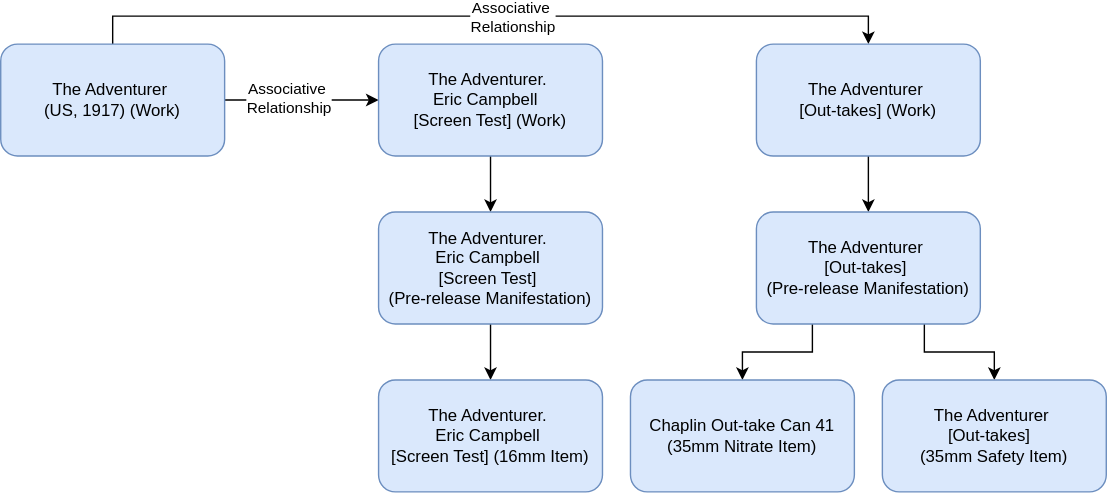
FIAF/fiaf-cataloguing-manual keeps this draw.io diagram as markdown/diagrams/title_type_01.drawio.svg. Above is the earlier version. Source tidied: cells renumbered, new cells last; positions are measured from the earlier drawing's top-left corner, leaving out a move shared by most shapes. Its diagram source:
```xml
<mxGraphModel>
  <root>
    <mxCell id="0" />
    <mxCell id="1" parent="0" />
    <mxCell id="2" style="edgeStyle=orthogonalEdgeStyle;rounded=0;jettySize=auto;html=1;exitX=1;exitY=0.5;exitDx=0;exitDy=0;entryX=0;entryY=0.5;entryDx=0;entryDy=0;" parent="1" edge="1" source="6" target="8">
      <mxGeometry relative="1" as="geometry" />
    </mxCell>
    <mxCell id="3" value="&lt;div&gt;Associative&amp;nbsp;&lt;/div&gt;&lt;div&gt;Relationship&lt;/div&gt;" style="edgeLabel;html=1;align=center;verticalAlign=middle;" parent="2" vertex="1">
      <mxGeometry x="-0.16" y="1" relative="1" as="geometry" />
    </mxCell>
    <mxCell id="4" style="edgeStyle=orthogonalEdgeStyle;rounded=0;jettySize=auto;html=1;exitX=0.5;exitY=0;exitDx=0;exitDy=0;entryX=0.5;entryY=0;entryDx=0;entryDy=0;" parent="1" edge="1" source="6" target="10">
      <mxGeometry relative="1" as="geometry" />
    </mxCell>
    <mxCell id="5" value="&lt;div&gt;Associative&amp;nbsp;&lt;/div&gt;&lt;div&gt;Relationship&lt;/div&gt;" style="edgeLabel;html=1;align=center;verticalAlign=middle;" parent="4" vertex="1">
      <mxGeometry x="0.06" y="-1" relative="1" as="geometry" />
    </mxCell>
    <mxCell id="6" value="&lt;div&gt;The Adventurer&amp;nbsp;&lt;/div&gt;&lt;div&gt;(US, 1917) (Work)&lt;/div&gt;" style="rounded=1;whiteSpace=wrap;html=1;fillColor=#dae8fc;strokeColor=#6c8ebf;" parent="1" vertex="1">
      <mxGeometry width="160" height="80" as="geometry" />
    </mxCell>
    <mxCell id="7" style="edgeStyle=orthogonalEdgeStyle;rounded=0;jettySize=auto;html=1;exitX=0.5;exitY=1;exitDx=0;exitDy=0;entryX=0.5;entryY=0;entryDx=0;entryDy=0;" parent="1" edge="1" source="8" target="15">
      <mxGeometry relative="1" as="geometry" />
    </mxCell>
    <mxCell id="8" value="&lt;div&gt;The Adventurer.&amp;nbsp;&lt;/div&gt;&lt;div&gt;Eric Campbell&amp;nbsp;&amp;nbsp;&lt;/div&gt;&lt;div&gt;[Screen Test] (Work)&lt;/div&gt;" style="rounded=1;whiteSpace=wrap;html=1;fillColor=#dae8fc;strokeColor=#6c8ebf;" parent="1" vertex="1">
      <mxGeometry x="270" width="160" height="80" as="geometry" />
    </mxCell>
    <mxCell id="9" style="edgeStyle=orthogonalEdgeStyle;rounded=0;jettySize=auto;html=1;exitX=0.5;exitY=1;exitDx=0;exitDy=0;entryX=0.5;entryY=0;entryDx=0;entryDy=0;" parent="1" edge="1" source="10" target="13">
      <mxGeometry relative="1" as="geometry" />
    </mxCell>
    <mxCell id="10" value="&lt;div&gt;The Adventurer&amp;nbsp;&lt;/div&gt;&lt;div&gt;[Out-takes] (Work)&lt;/div&gt;" style="rounded=1;whiteSpace=wrap;html=1;fillColor=#dae8fc;strokeColor=#6c8ebf;" parent="1" vertex="1">
      <mxGeometry x="540" width="160" height="80" as="geometry" />
    </mxCell>
    <mxCell id="11" style="edgeStyle=orthogonalEdgeStyle;rounded=0;jettySize=auto;html=1;exitX=0.25;exitY=1;exitDx=0;exitDy=0;entryX=0.5;entryY=0;entryDx=0;entryDy=0;" parent="1" edge="1" source="13" target="17">
      <mxGeometry relative="1" as="geometry" />
    </mxCell>
    <mxCell id="12" style="edgeStyle=orthogonalEdgeStyle;rounded=0;jettySize=auto;html=1;exitX=0.75;exitY=1;exitDx=0;exitDy=0;" parent="1" edge="1" source="13" target="18">
      <mxGeometry relative="1" as="geometry" />
    </mxCell>
    <mxCell id="13" value="&lt;div&gt;The Adventurer&amp;nbsp;&lt;/div&gt;&lt;div&gt;[Out-takes]&amp;nbsp;&lt;/div&gt;&lt;div&gt;(Pre-release Manifestation)&lt;/div&gt;" style="rounded=1;whiteSpace=wrap;html=1;fillColor=#dae8fc;strokeColor=#6c8ebf;" parent="1" vertex="1">
      <mxGeometry x="540" y="120" width="160" height="80" as="geometry" />
    </mxCell>
    <mxCell id="14" style="edgeStyle=orthogonalEdgeStyle;rounded=0;jettySize=auto;html=1;exitX=0.5;exitY=1;exitDx=0;exitDy=0;entryX=0.5;entryY=0;entryDx=0;entryDy=0;" parent="1" edge="1" source="15" target="16">
      <mxGeometry relative="1" as="geometry" />
    </mxCell>
    <mxCell id="15" value="&lt;div&gt;The Adventurer.&amp;nbsp;&lt;/div&gt;&lt;div&gt;Eric Campbell&amp;nbsp;&lt;/div&gt;&lt;div&gt;[Screen Test]&amp;nbsp;&lt;/div&gt;&lt;div&gt;(Pre-release Manifestation)&lt;/div&gt;" style="rounded=1;whiteSpace=wrap;html=1;fillColor=#dae8fc;strokeColor=#6c8ebf;" parent="1" vertex="1">
      <mxGeometry x="270" y="120" width="160" height="80" as="geometry" />
    </mxCell>
    <mxCell id="16" value="&lt;div&gt;The Adventurer.&amp;nbsp;&lt;/div&gt;&lt;div&gt;Eric Campbell&amp;nbsp;&lt;/div&gt;&lt;div&gt;[Screen Test] (16mm Item)&lt;/div&gt;" style="rounded=1;whiteSpace=wrap;html=1;fillColor=#dae8fc;strokeColor=#6c8ebf;" parent="1" vertex="1">
      <mxGeometry x="270" y="240" width="160" height="80" as="geometry" />
    </mxCell>
    <mxCell id="17" value="Chaplin Out-take Can 41 (35mm Nitrate Item)" style="rounded=1;whiteSpace=wrap;html=1;fillColor=#dae8fc;strokeColor=#6c8ebf;" parent="1" vertex="1">
      <mxGeometry x="450" y="240" width="160" height="80" as="geometry" />
    </mxCell>
    <mxCell id="18" value="&lt;div&gt;The Adventurer&amp;nbsp;&lt;/div&gt;&lt;div&gt;[Out-takes]&amp;nbsp;&amp;nbsp;&lt;/div&gt;&lt;div&gt;(35mm Safety Item)&lt;/div&gt;" style="rounded=1;whiteSpace=wrap;html=1;fillColor=#dae8fc;strokeColor=#6c8ebf;" parent="1" vertex="1">
      <mxGeometry x="630" y="240" width="160" height="80" as="geometry" />
    </mxCell>
  </root>
</mxGraphModel>
```
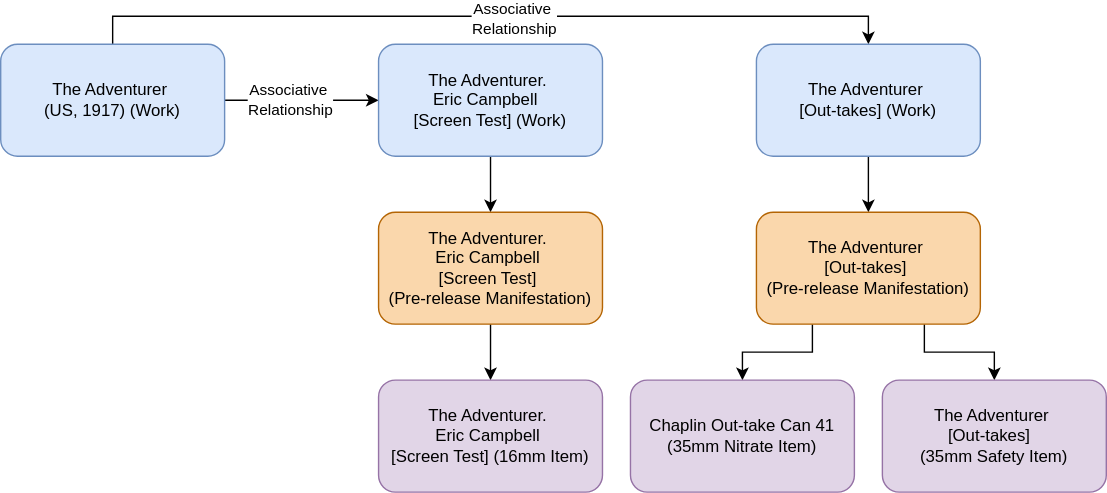
The same file after the commit.

Diff of the diagram source:
```diff
@@ -2,18 +2,48 @@
   <root>
     <mxCell id="0" />
     <mxCell id="1" parent="0" />
+    <mxCell id="19" style="edgeStyle=orthogonalEdgeStyle;rounded=0;orthogonalLoop=1;jettySize=auto;html=1;exitX=0.5;exitY=1;exitDx=0;exitDy=0;entryX=0.5;entryY=0;entryDx=0;entryDy=0;fontSize=12;startSize=8;endSize=8;" parent="1" edge="1">
+      <mxGeometry relative="1" as="geometry">
+        <mxPoint x="530" y="340" as="targetPoint" />
+      </mxGeometry>
+    </mxCell>
+    <mxCell id="20" style="edgeStyle=orthogonalEdgeStyle;rounded=0;orthogonalLoop=1;jettySize=auto;html=1;exitX=0.5;exitY=1;exitDx=0;exitDy=0;entryX=0.5;entryY=0;entryDx=0;entryDy=0;fontSize=12;startSize=8;endSize=8;" parent="1" edge="1">
+      <mxGeometry relative="1" as="geometry">
+        <mxPoint x="710" y="340" as="targetPoint" />
+      </mxGeometry>
+    </mxCell>
+    <mxCell id="21" style="edgeStyle=none;curved=1;rounded=0;orthogonalLoop=1;jettySize=auto;html=1;exitX=0.5;exitY=1;exitDx=0;exitDy=0;entryX=0.5;entryY=0;entryDx=0;entryDy=0;fontSize=12;startSize=8;endSize=8;" parent="1" edge="1">
+      <mxGeometry relative="1" as="geometry">
+        <mxPoint x="350" y="300" as="sourcePoint" />
+      </mxGeometry>
+    </mxCell>
+    <mxCell id="22" style="edgeStyle=orthogonalEdgeStyle;rounded=0;orthogonalLoop=1;jettySize=auto;html=1;exitX=0.5;exitY=1;exitDx=0;exitDy=0;entryX=0.5;entryY=0;entryDx=0;entryDy=0;fontSize=12;startSize=8;endSize=8;" parent="1" edge="1">
+      <mxGeometry relative="1" as="geometry">
+        <mxPoint x="530" y="340" as="targetPoint" />
+      </mxGeometry>
+    </mxCell>
+    <mxCell id="23" style="edgeStyle=orthogonalEdgeStyle;rounded=0;orthogonalLoop=1;jettySize=auto;html=1;exitX=0.5;exitY=1;exitDx=0;exitDy=0;entryX=0.5;entryY=0;entryDx=0;entryDy=0;fontSize=12;startSize=8;endSize=8;" parent="1" edge="1">
+      <mxGeometry relative="1" as="geometry">
+        <mxPoint x="710" y="340" as="targetPoint" />
+      </mxGeometry>
+    </mxCell>
+    <mxCell id="24" style="edgeStyle=none;curved=1;rounded=0;orthogonalLoop=1;jettySize=auto;html=1;exitX=0.5;exitY=1;exitDx=0;exitDy=0;entryX=0.5;entryY=0;entryDx=0;entryDy=0;fontSize=12;startSize=8;endSize=8;" parent="1" edge="1">
+      <mxGeometry relative="1" as="geometry">
+        <mxPoint x="350" y="300" as="sourcePoint" />
+      </mxGeometry>
+    </mxCell>
     <mxCell id="2" style="edgeStyle=orthogonalEdgeStyle;rounded=0;jettySize=auto;html=1;exitX=1;exitY=0.5;exitDx=0;exitDy=0;entryX=0;entryY=0.5;entryDx=0;entryDy=0;" parent="1" edge="1" source="6" target="8">
       <mxGeometry relative="1" as="geometry" />
     </mxCell>
-    <mxCell id="3" value="&lt;div&gt;Associative&amp;nbsp;&lt;/div&gt;&lt;div&gt;Relationship&lt;/div&gt;" style="edgeLabel;html=1;align=center;verticalAlign=middle;" parent="2" vertex="1">
-      <mxGeometry x="-0.16" y="1" relative="1" as="geometry" />
-    </mxCell>
+    <mxCell id="25" value="&lt;div&gt;Associative&amp;nbsp;&lt;/div&gt;&lt;div&gt;Relationship&lt;/div&gt;" style="edgeLabel;html=1;align=center;verticalAlign=middle;" parent="2" vertex="1">
+      <mxGeometry x="-0.16" y="1" relative="1" as="geometry" />
+    </mxCell>
     <mxCell id="4" style="edgeStyle=orthogonalEdgeStyle;rounded=0;jettySize=auto;html=1;exitX=0.5;exitY=0;exitDx=0;exitDy=0;entryX=0.5;entryY=0;entryDx=0;entryDy=0;" parent="1" edge="1" source="6" target="10">
       <mxGeometry relative="1" as="geometry" />
     </mxCell>
-    <mxCell id="5" value="&lt;div&gt;Associative&amp;nbsp;&lt;/div&gt;&lt;div&gt;Relationship&lt;/div&gt;" style="edgeLabel;html=1;align=center;verticalAlign=middle;" parent="4" vertex="1">
-      <mxGeometry x="0.06" y="-1" relative="1" as="geometry" />
-    </mxCell>
+    <mxCell id="26" value="&lt;div&gt;Associative&amp;nbsp;&lt;/div&gt;&lt;div&gt;Relationship&lt;/div&gt;" style="edgeLabel;html=1;align=center;verticalAlign=middle;" parent="4" vertex="1">
+      <mxGeometry x="0.06" y="-1" relative="1" as="geometry" />
+    </mxCell>
     <mxCell id="6" value="&lt;div&gt;The Adventurer&amp;nbsp;&lt;/div&gt;&lt;div&gt;(US, 1917) (Work)&lt;/div&gt;" style="rounded=1;whiteSpace=wrap;html=1;fillColor=#dae8fc;strokeColor=#6c8ebf;" parent="1" vertex="1">
       <mxGeometry width="160" height="80" as="geometry" />
     </mxCell>
@@ -35,22 +65,22 @@
     <mxCell id="12" style="edgeStyle=orthogonalEdgeStyle;rounded=0;jettySize=auto;html=1;exitX=0.75;exitY=1;exitDx=0;exitDy=0;" parent="1" edge="1" source="13" target="18">
       <mxGeometry relative="1" as="geometry" />
     </mxCell>
-    <mxCell id="13" value="&lt;div&gt;The Adventurer&amp;nbsp;&lt;/div&gt;&lt;div&gt;[Out-takes]&amp;nbsp;&lt;/div&gt;&lt;div&gt;(Pre-release Manifestation)&lt;/div&gt;" style="rounded=1;whiteSpace=wrap;html=1;fillColor=#dae8fc;strokeColor=#6c8ebf;" parent="1" vertex="1">
+    <mxCell id="13" value="&lt;div&gt;The Adventurer&amp;nbsp;&lt;/div&gt;&lt;div&gt;[Out-takes]&amp;nbsp;&lt;/div&gt;&lt;div&gt;(Pre-release Manifestation)&lt;/div&gt;" style="rounded=1;whiteSpace=wrap;html=1;fillColor=#fad7ac;strokeColor=#b46504;" parent="1" vertex="1">
       <mxGeometry x="540" y="120" width="160" height="80" as="geometry" />
     </mxCell>
     <mxCell id="14" style="edgeStyle=orthogonalEdgeStyle;rounded=0;jettySize=auto;html=1;exitX=0.5;exitY=1;exitDx=0;exitDy=0;entryX=0.5;entryY=0;entryDx=0;entryDy=0;" parent="1" edge="1" source="15" target="16">
       <mxGeometry relative="1" as="geometry" />
     </mxCell>
-    <mxCell id="15" value="&lt;div&gt;The Adventurer.&amp;nbsp;&lt;/div&gt;&lt;div&gt;Eric Campbell&amp;nbsp;&lt;/div&gt;&lt;div&gt;[Screen Test]&amp;nbsp;&lt;/div&gt;&lt;div&gt;(Pre-release Manifestation)&lt;/div&gt;" style="rounded=1;whiteSpace=wrap;html=1;fillColor=#dae8fc;strokeColor=#6c8ebf;" parent="1" vertex="1">
+    <mxCell id="15" value="&lt;div&gt;The Adventurer.&amp;nbsp;&lt;/div&gt;&lt;div&gt;Eric Campbell&amp;nbsp;&lt;/div&gt;&lt;div&gt;[Screen Test]&amp;nbsp;&lt;/div&gt;&lt;div&gt;(Pre-release Manifestation)&lt;/div&gt;" style="rounded=1;whiteSpace=wrap;html=1;fillColor=#fad7ac;strokeColor=#b46504;" parent="1" vertex="1">
       <mxGeometry x="270" y="120" width="160" height="80" as="geometry" />
     </mxCell>
-    <mxCell id="16" value="&lt;div&gt;The Adventurer.&amp;nbsp;&lt;/div&gt;&lt;div&gt;Eric Campbell&amp;nbsp;&lt;/div&gt;&lt;div&gt;[Screen Test] (16mm Item)&lt;/div&gt;" style="rounded=1;whiteSpace=wrap;html=1;fillColor=#dae8fc;strokeColor=#6c8ebf;" parent="1" vertex="1">
+    <mxCell id="16" value="&lt;div&gt;The Adventurer.&amp;nbsp;&lt;/div&gt;&lt;div&gt;Eric Campbell&amp;nbsp;&lt;/div&gt;&lt;div&gt;[Screen Test] (16mm Item)&lt;/div&gt;" style="rounded=1;whiteSpace=wrap;html=1;fillColor=#e1d5e7;strokeColor=#9673a6;" parent="1" vertex="1">
       <mxGeometry x="270" y="240" width="160" height="80" as="geometry" />
     </mxCell>
-    <mxCell id="17" value="Chaplin Out-take Can 41 (35mm Nitrate Item)" style="rounded=1;whiteSpace=wrap;html=1;fillColor=#dae8fc;strokeColor=#6c8ebf;" parent="1" vertex="1">
+    <mxCell id="17" value="Chaplin Out-take Can 41 (35mm Nitrate Item)" style="rounded=1;whiteSpace=wrap;html=1;fillColor=#e1d5e7;strokeColor=#9673a6;" parent="1" vertex="1">
       <mxGeometry x="450" y="240" width="160" height="80" as="geometry" />
     </mxCell>
-    <mxCell id="18" value="&lt;div&gt;The Adventurer&amp;nbsp;&lt;/div&gt;&lt;div&gt;[Out-takes]&amp;nbsp;&amp;nbsp;&lt;/div&gt;&lt;div&gt;(35mm Safety Item)&lt;/div&gt;" style="rounded=1;whiteSpace=wrap;html=1;fillColor=#dae8fc;strokeColor=#6c8ebf;" parent="1" vertex="1">
+    <mxCell id="18" value="&lt;div&gt;The Adventurer&amp;nbsp;&lt;/div&gt;&lt;div&gt;[Out-takes]&amp;nbsp;&amp;nbsp;&lt;/div&gt;&lt;div&gt;(35mm Safety Item)&lt;/div&gt;" style="rounded=1;whiteSpace=wrap;html=1;fillColor=#e1d5e7;strokeColor=#9673a6;" parent="1" vertex="1">
       <mxGeometry x="630" y="240" width="160" height="80" as="geometry" />
     </mxCell>
   </root>
```
